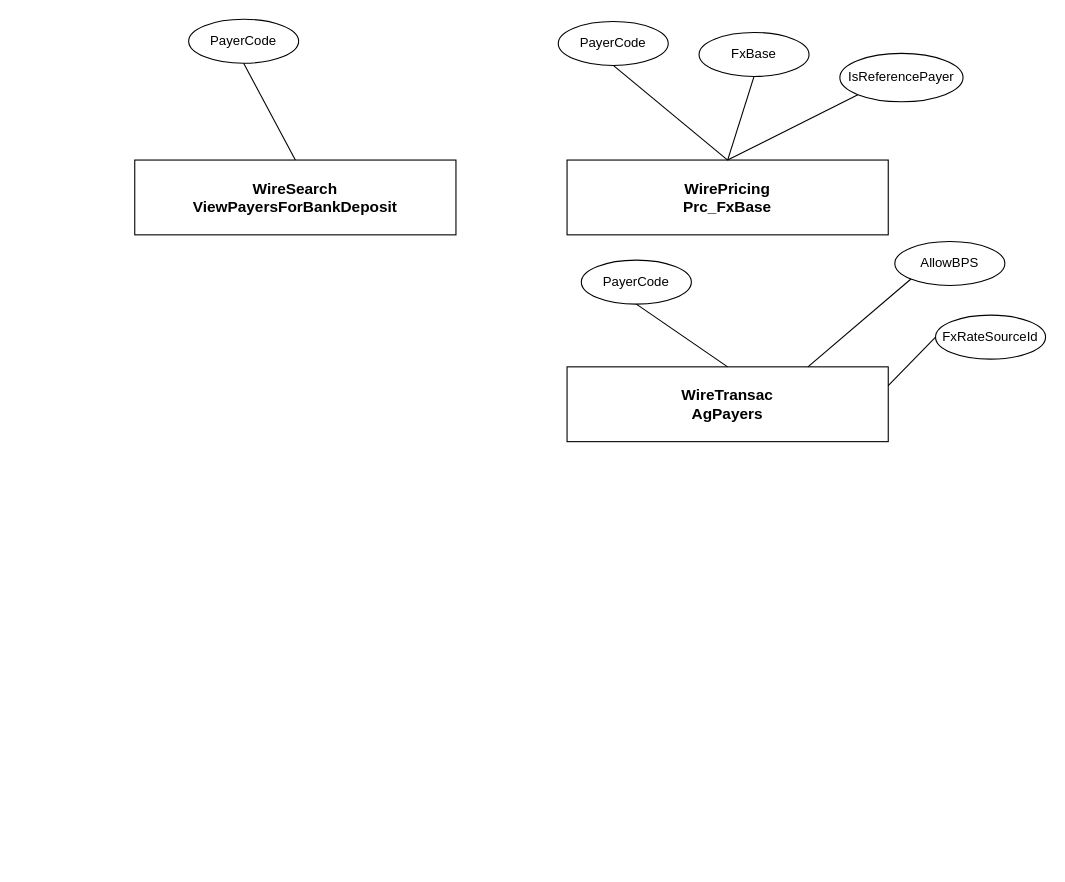
Above: page "Página-8" (7 of 7) of Pricing Engine.drawio in notariopablomarcelo/intermex (draw.io), before the change. Source tidied: cells renumbered, new cells numbered last; positions are measured from the earlier drawing's top-left corner, leaving out a move shared by most shapes. Both pictures are drawn from the tidied source at 110%, with x=0, y=0 at pixel (134, 19).
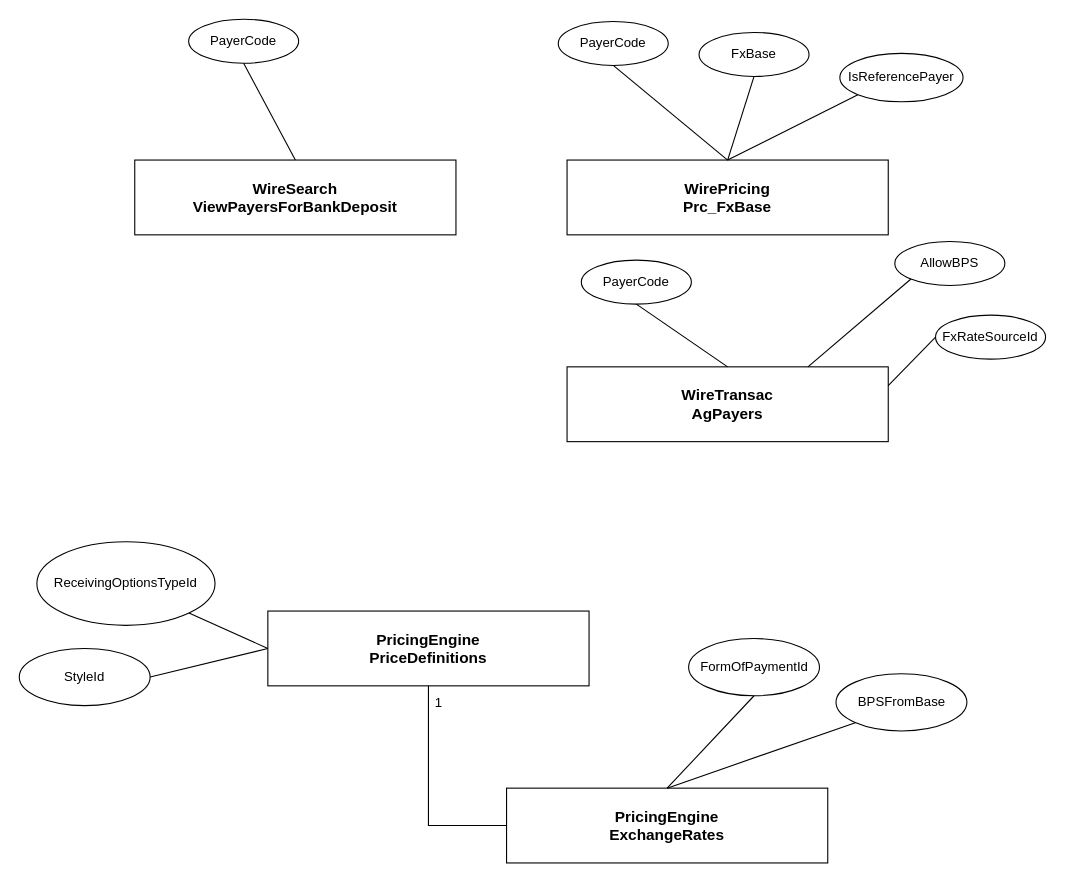
Above is the later version.

Diff of the diagram source:
```diff
@@
+    <mxCell id="19" value="PricingEngine&lt;br&gt;PriceDefinitions" style="whiteSpace=wrap;html=1;align=center;fontSize=14;fontStyle=1;" parent="1" vertex="1">
+      <mxGeometry x="121" y="538" width="292" height="68" as="geometry" />
+    </mxCell>
+    <mxCell id="20" value="PricingEngine&lt;br&gt;ExchangeRates" style="whiteSpace=wrap;html=1;align=center;fontSize=14;fontStyle=1;" parent="1" vertex="1">
+      <mxGeometry x="338" y="699" width="292" height="68" as="geometry" />
+    </mxCell>
+    <mxCell id="21" style="endArrow=none;html=1;rounded=0;exitX=0;exitY=0.5;exitDx=0;exitDy=0;entryX=0.5;entryY=1;entryDx=0;entryDy=0;edgeStyle=orthogonalEdgeStyle;" parent="1" edge="1" source="20" target="19">
+      <mxGeometry relative="1" as="geometry" />
+    </mxCell>
+    <mxCell id="22" value="1" style="html=1;whiteSpace=wrap;align=right;verticalAlign=bottom;" parent="21" vertex="1">
+      <mxGeometry x="1" relative="1" as="geometry">
+        <mxPoint x="14" y="24" as="offset" />
+      </mxGeometry>
+    </mxCell>
+    <mxCell id="23" value="FormOfPaymentId" style="ellipse;whiteSpace=wrap;html=1;align=center;" parent="1" vertex="1">
+      <mxGeometry x="503.5" y="563" width="119" height="52" as="geometry" />
+    </mxCell>
+    <mxCell id="24" value="BPSFromBase" style="ellipse;whiteSpace=wrap;html=1;align=center;" parent="1" vertex="1">
+      <mxGeometry x="637.5" y="595" width="119" height="52" as="geometry" />
+    </mxCell>
+    <mxCell id="25" style="endArrow=none;html=1;rounded=0;exitX=0.5;exitY=0;exitDx=0;exitDy=0;entryX=0.5;entryY=1;entryDx=0;entryDy=0;" parent="1" edge="1" source="20" target="23">
+      <mxGeometry relative="1" as="geometry" />
+    </mxCell>
+    <mxCell id="26" style="endArrow=none;html=1;rounded=0;exitX=0.5;exitY=0;exitDx=0;exitDy=0;entryX=0;entryY=1;entryDx=0;entryDy=0;" parent="1" edge="1" source="20" target="24">
+      <mxGeometry relative="1" as="geometry" />
+    </mxCell>
+    <mxCell id="27" value="ReceivingOptionsTypeId" style="ellipse;whiteSpace=wrap;html=1;align=center;" parent="1" vertex="1">
+      <mxGeometry x="-89" y="475" width="162" height="76" as="geometry" />
+    </mxCell>
+    <mxCell id="28" value="StyleId" style="ellipse;whiteSpace=wrap;html=1;align=center;" parent="1" vertex="1">
+      <mxGeometry x="-105" y="572" width="119" height="52" as="geometry" />
+    </mxCell>
+    <mxCell id="29" style="endArrow=none;html=1;rounded=0;exitX=0;exitY=0.5;exitDx=0;exitDy=0;entryX=1;entryY=1;entryDx=0;entryDy=0;" parent="1" edge="1" source="19" target="27">
+      <mxGeometry relative="1" as="geometry" />
+    </mxCell>
+    <mxCell id="30" style="endArrow=none;html=1;rounded=0;entryX=1;entryY=0.5;entryDx=0;entryDy=0;exitX=0;exitY=0.5;exitDx=0;exitDy=0;" parent="1" edge="1" source="19" target="28">
+      <mxGeometry relative="1" as="geometry" />
+    </mxCell>
```
